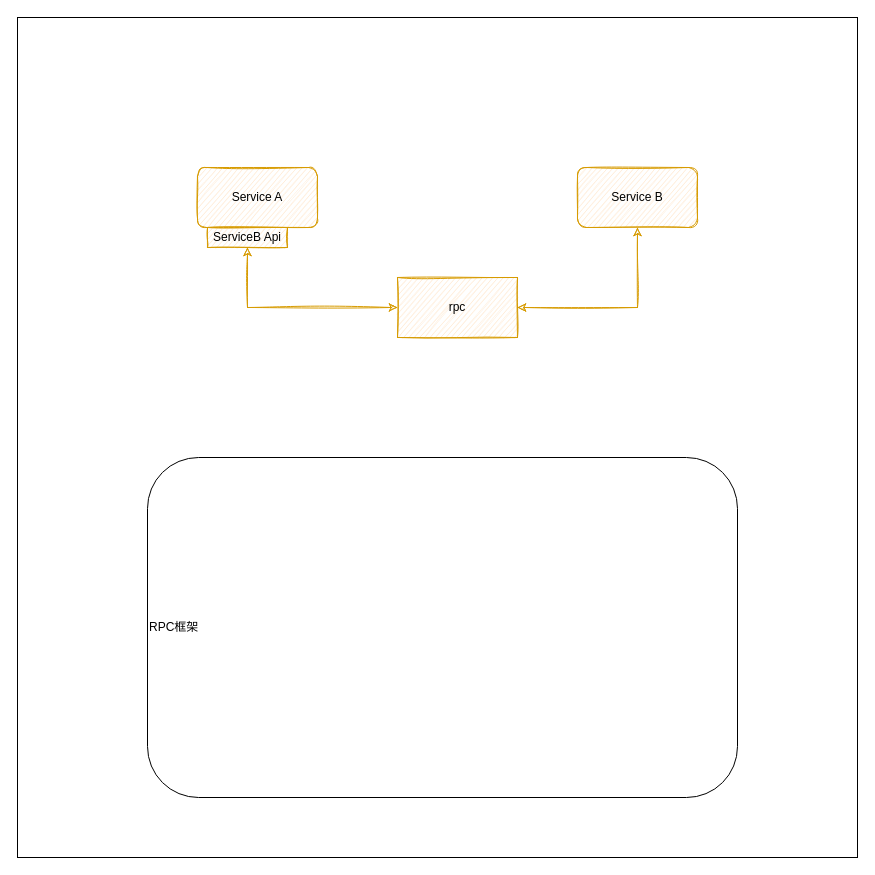
jarcn/pic keeps this draw.io diagram as page "Page-2" (2 of 3) of 草稿.drawio. Above is the earlier version. Source tidied: cells renumbered, new cells numbered last; positions are measured from the earlier drawing's top-left corner, leaving out a move shared by most shapes. Both pictures are drawn from the tidied source at 100%, with x=0, y=0 at pixel (17, 17).
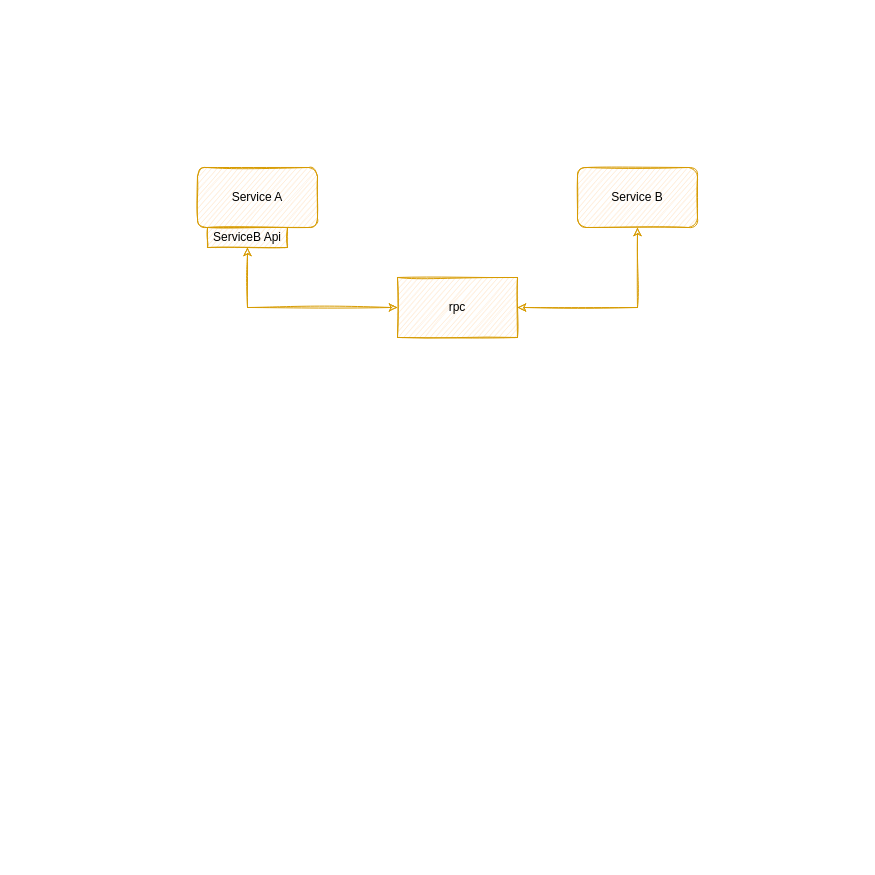
Above is the later version.

What changed in the source:
```diff
@@
 <mxGraphModel background="#FFFFFF">
   <root>
     <mxCell id="0" />
     <mxCell id="1" parent="0" />
-    <mxCell id="2" style="whiteSpace=wrap;html=1;shadow=0;" parent="1" vertex="1">
-      <mxGeometry width="840" height="840" as="geometry" />
-    </mxCell>
     <mxCell id="3" value="Service A" style="rounded=1;whiteSpace=wrap;html=1;sketch=1;shadow=0;fillColor=#ffe6cc;strokeColor=#d79b00;" parent="1" vertex="1">
       <mxGeometry x="180" y="150" width="120" height="60" as="geometry" />
     </mxCell>
     <mxCell id="4" value="Service B" style="rounded=1;whiteSpace=wrap;html=1;sketch=1;shadow=0;fillColor=#ffe6cc;strokeColor=#d79b00;" parent="1" vertex="1">
       <mxGeometry x="560" y="150" width="120" height="60" as="geometry" />
     </mxCell>
     <mxCell id="5" value="ServiceB Api" style="rounded=0;whiteSpace=wrap;html=1;sketch=1;shadow=0;fillColor=#ffe6cc;strokeColor=#d79b00;" parent="1" vertex="1">
       <mxGeometry x="190" y="210" width="80" height="20" as="geometry" />
     </mxCell>
     <mxCell id="6" value="rpc" style="rounded=0;whiteSpace=wrap;html=1;sketch=1;shadow=0;fillColor=#ffe6cc;strokeColor=#d79b00;" parent="1" vertex="1">
       <mxGeometry x="380" y="260" width="120" height="60" as="geometry" />
     </mxCell>
     <mxCell id="7" style="endArrow=classic;startArrow=classic;html=1;rounded=0;exitX=0.5;exitY=1;exitDx=0;exitDy=0;entryX=0;entryY=0.5;entryDx=0;entryDy=0;sketch=1;shadow=0;fillColor=#ffe6cc;strokeColor=#d79b00;" parent="1" edge="1" source="5" target="6">
       <mxGeometry relative="1" as="geometry">
         <Array as="points">
           <mxPoint x="230" y="290" />
         </Array>
       </mxGeometry>
     </mxCell>
     <mxCell id="8" style="endArrow=classic;startArrow=classic;html=1;rounded=0;exitX=1;exitY=0.5;exitDx=0;exitDy=0;entryX=0.5;entryY=1;entryDx=0;entryDy=0;sketch=1;shadow=0;fillColor=#ffe6cc;strokeColor=#d79b00;" parent="1" edge="1" source="6" target="4">
       <mxGeometry relative="1" as="geometry">
         <Array as="points">
           <mxPoint x="620" y="290" />
         </Array>
       </mxGeometry>
     </mxCell>
-    <mxCell id="9" value="RPC框架" style="rounded=1;whiteSpace=wrap;html=1;align=left;" parent="1" vertex="1">
-      <mxGeometry x="130" y="440" width="590" height="340" as="geometry" />
-    </mxCell>
   </root>
 </mxGraphModel>
```
